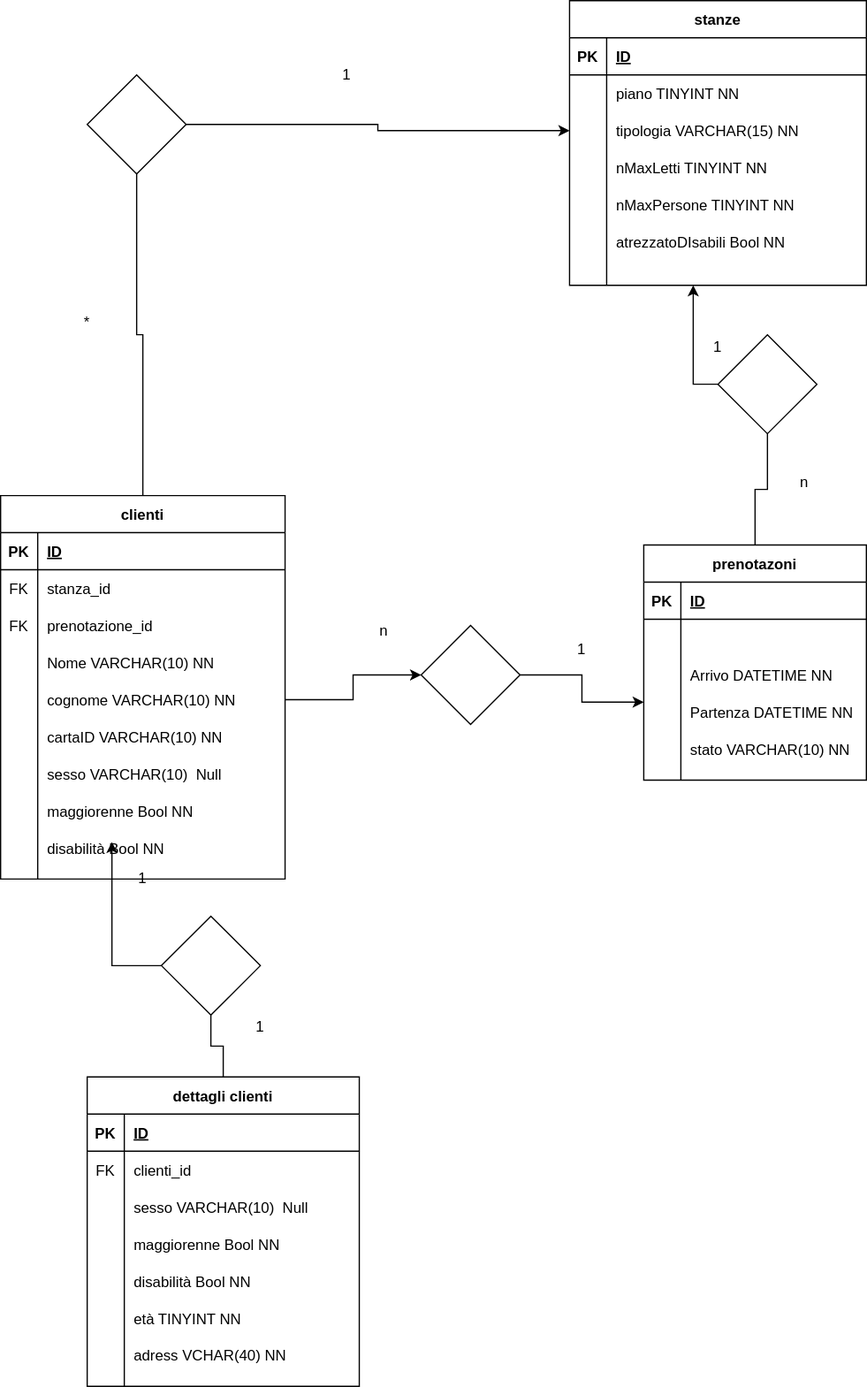
Before: hotel.svg, a diagram exported from draw.io (GabrieleCorti/db-hotel). Source tidied: cells renumbered, new cells last; positions are measured from the earlier drawing's top-left corner, leaving out a move shared by most shapes.
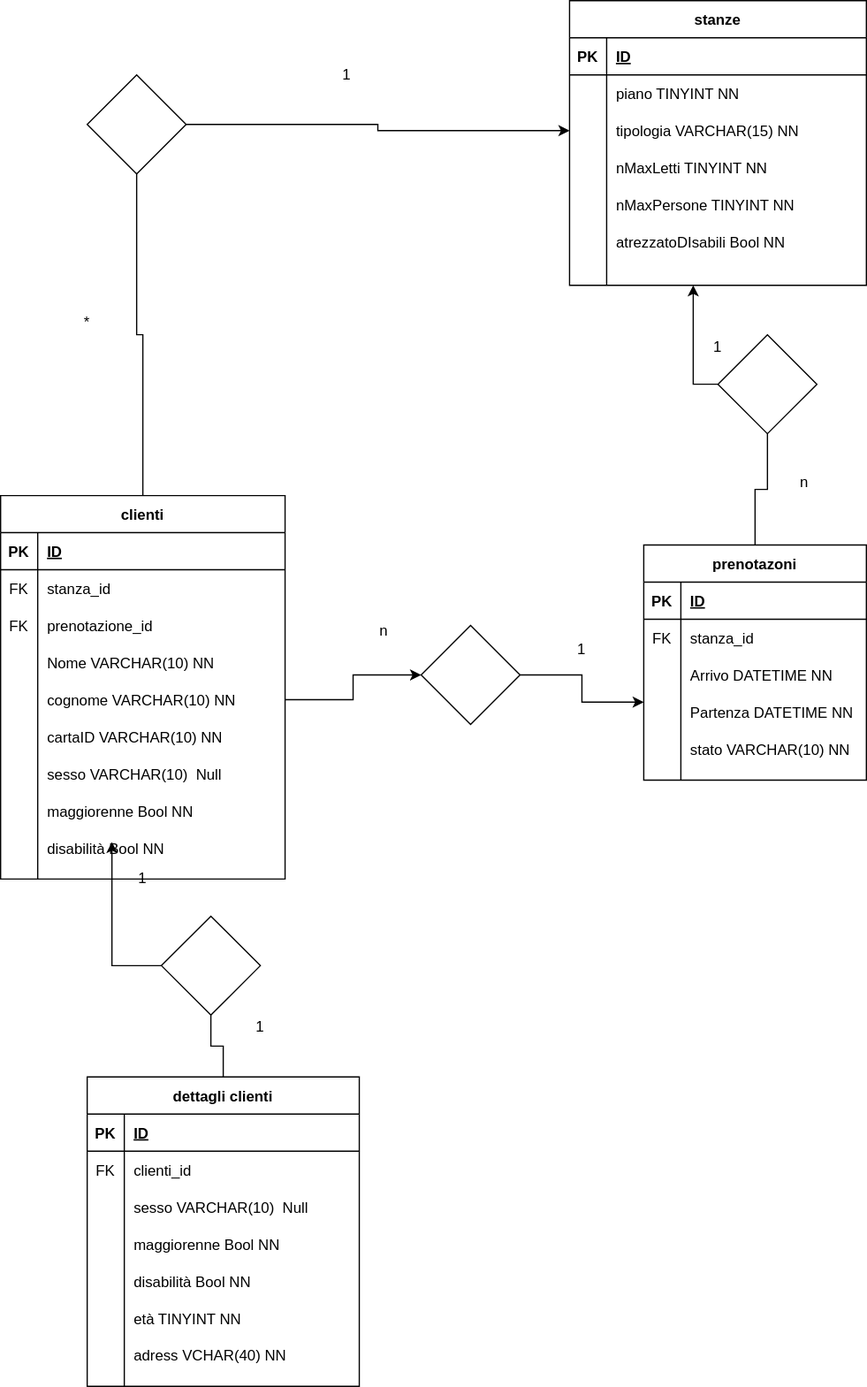
Above is the later version.

The edit, as a diff of the source:
```diff
@@ -166,12 +166,12 @@
     <mxCell id="55" style="shape=partialRectangle;fillColor=none;top=0;left=0;bottom=0;right=0;" parent="51" vertex="1">
       <mxGeometry y="60" width="180" height="30" as="geometry" />
     </mxCell>
-    <mxCell id="56" style="shape=partialRectangle;fillColor=none;top=0;left=0;bottom=0;right=0;fontStyle=0;overflow=hidden;" parent="55" vertex="1">
-      <mxGeometry width="30" height="30" as="geometry" />
-    </mxCell>
-    <mxCell id="57" style="shape=partialRectangle;fillColor=none;top=0;left=0;bottom=0;right=0;align=left;spacingLeft=6;fontStyle=0;overflow=hidden;" parent="55" vertex="1">
-      <mxGeometry x="30" width="150" height="30" as="geometry" />
-    </mxCell>
+    <mxCell id="107" value="FK" style="shape=partialRectangle;fillColor=none;top=0;left=0;bottom=0;right=0;fontStyle=0;overflow=hidden;" parent="55" vertex="1">
+      <mxGeometry width="30" height="30" as="geometry" />
+    </mxCell>
+    <mxCell id="108" value="stanza_id" style="shape=partialRectangle;fillColor=none;top=0;left=0;bottom=0;right=0;align=left;spacingLeft=6;fontStyle=0;overflow=hidden;" parent="55" vertex="1">
+      <mxGeometry x="30" width="150" height="30" as="geometry" />
+    </mxCell>
     <mxCell id="58" style="shape=partialRectangle;fillColor=none;top=0;left=0;bottom=0;right=0;" parent="51" vertex="1">
       <mxGeometry y="90" width="180" height="30" as="geometry" />
     </mxCell>
```
